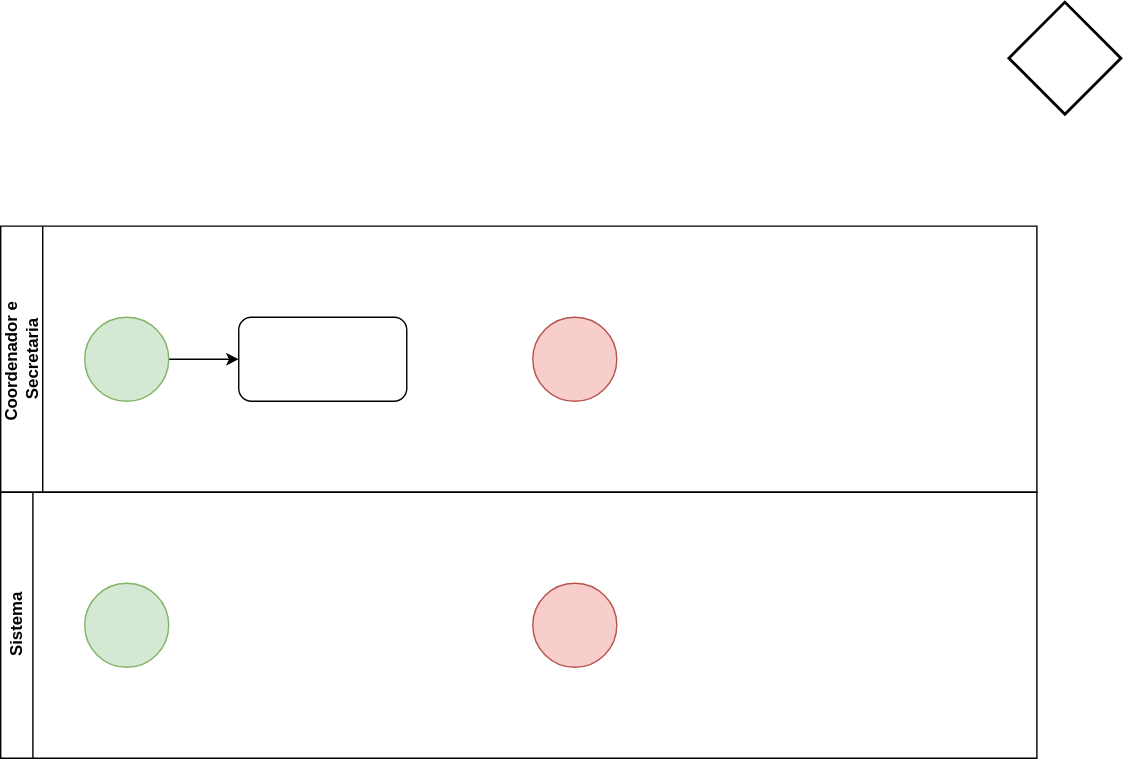
The draw.io diagram ToBeStatus.drawio.svg in JesCat16/Automacao_IC_GestaoDeProjeto, before a commit. Source tidied: cells renumbered, new cells last; positions are measured from the earlier drawing's top-left corner, leaving out a move shared by most shapes.
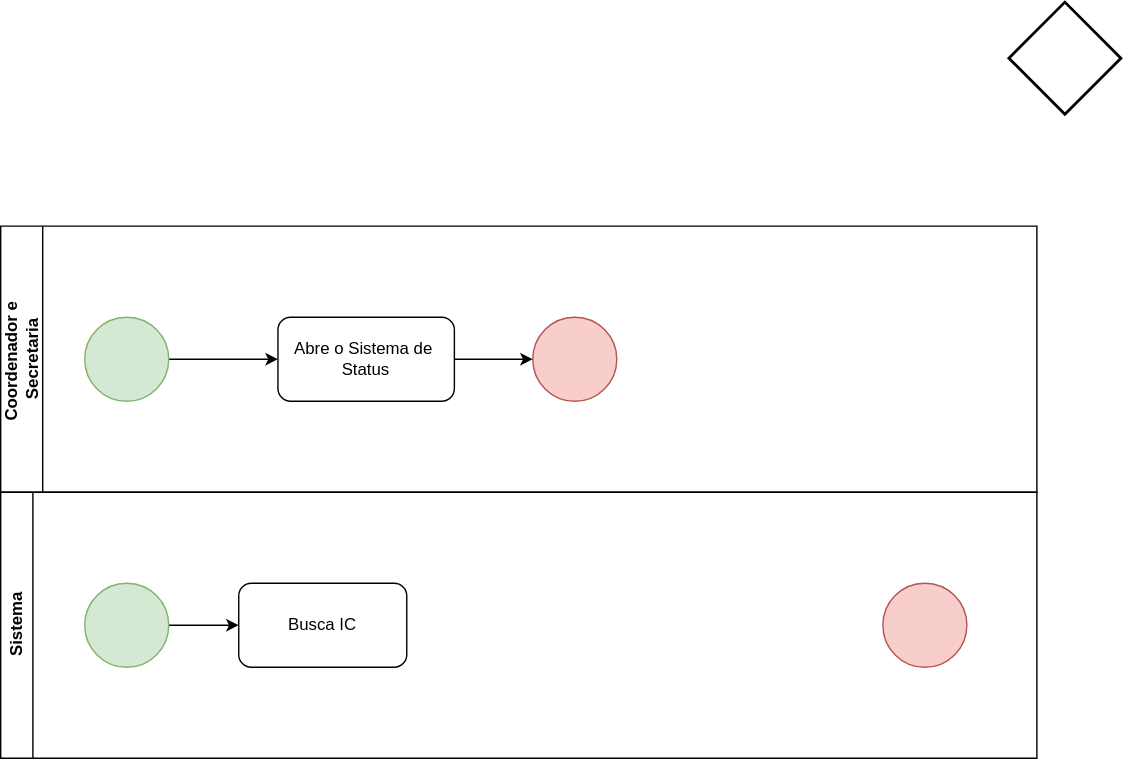
The same file after the commit.

The edit, as a diff of the source:
```diff
@@ -14,18 +14,27 @@
     <mxCell id="5" style="ellipse;whiteSpace=wrap;html=1;fillColor=#f8cecc;strokeColor=#b85450;" parent="2" vertex="1">
       <mxGeometry x="380" y="65" width="60" height="60" as="geometry" />
     </mxCell>
+    <mxCell id="11" style="edgeStyle=orthogonalEdgeStyle;rounded=0;jettySize=auto;html=1;" parent="2" edge="1" source="6" target="5">
+      <mxGeometry relative="1" as="geometry" />
+    </mxCell>
-    <mxCell id="6" style="rounded=1;whiteSpace=wrap;html=1;" parent="2" vertex="1">
-      <mxGeometry x="170" y="65" width="120" height="60" as="geometry" />
+    <mxCell id="6" value="Abre o Sistema de&amp;nbsp;&lt;div&gt;Status&lt;/div&gt;" style="rounded=1;whiteSpace=wrap;html=1;" parent="2" vertex="1">
+      <mxGeometry x="198" y="65" width="126" height="60" as="geometry" />
     </mxCell>
     <mxCell id="7" value="Sistema" style="swimlane;horizontal=0;whiteSpace=wrap;html=1;" parent="1" vertex="1">
       <mxGeometry y="350" width="740" height="190" as="geometry" />
     </mxCell>
+    <mxCell id="12" style="edgeStyle=orthogonalEdgeStyle;rounded=0;jettySize=auto;html=1;" parent="7" edge="1" source="8" target="13">
+      <mxGeometry relative="1" as="geometry" />
+    </mxCell>
     <mxCell id="8" style="ellipse;whiteSpace=wrap;html=1;fillColor=#d5e8d4;strokeColor=#82b366;" parent="7" vertex="1">
       <mxGeometry x="60" y="65" width="60" height="60" as="geometry" />
     </mxCell>
     <mxCell id="9" style="ellipse;whiteSpace=wrap;html=1;fillColor=#f8cecc;strokeColor=#b85450;" parent="7" vertex="1">
-      <mxGeometry x="380" y="65" width="60" height="60" as="geometry" />
+      <mxGeometry x="630" y="65" width="60" height="60" as="geometry" />
     </mxCell>
+    <mxCell id="13" value="Busca IC" style="rounded=1;whiteSpace=wrap;html=1;" parent="7" vertex="1">
+      <mxGeometry x="170" y="65" width="120" height="60" as="geometry" />
+    </mxCell>
     <mxCell id="10" style="strokeWidth=2;html=1;shape=mxgraph.flowchart.decision;whiteSpace=wrap;" parent="1" vertex="1">
       <mxGeometry x="720" width="80" height="80" as="geometry" />
     </mxCell>
```
